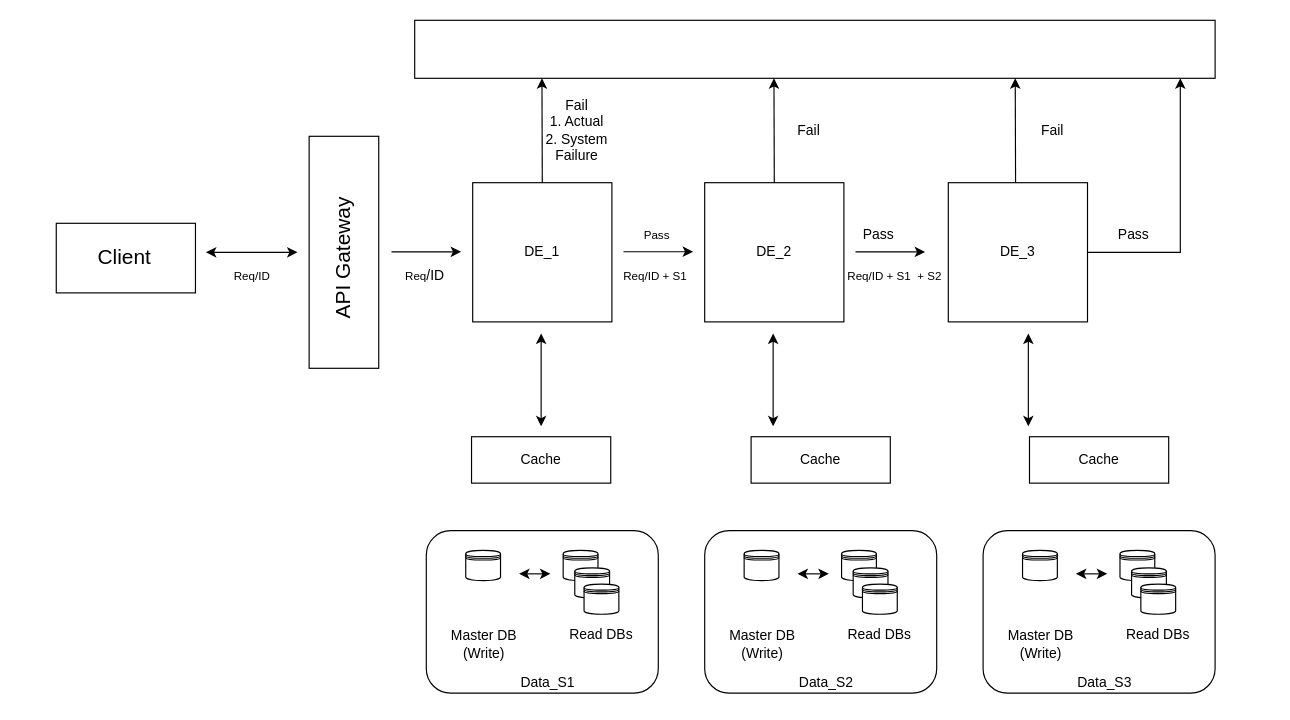
Earlier version of the draw.io diagram StackedDecisionEngine.drawio (ankitverma5859/drawio). Source tidied: cells renumbered, new cells numbered last; positions are measured from the earlier drawing's top-left corner, leaving out a move shared by most shapes. Both pictures are drawn from the tidied source at 116%, with x=0, y=0 at pixel (20, 20).
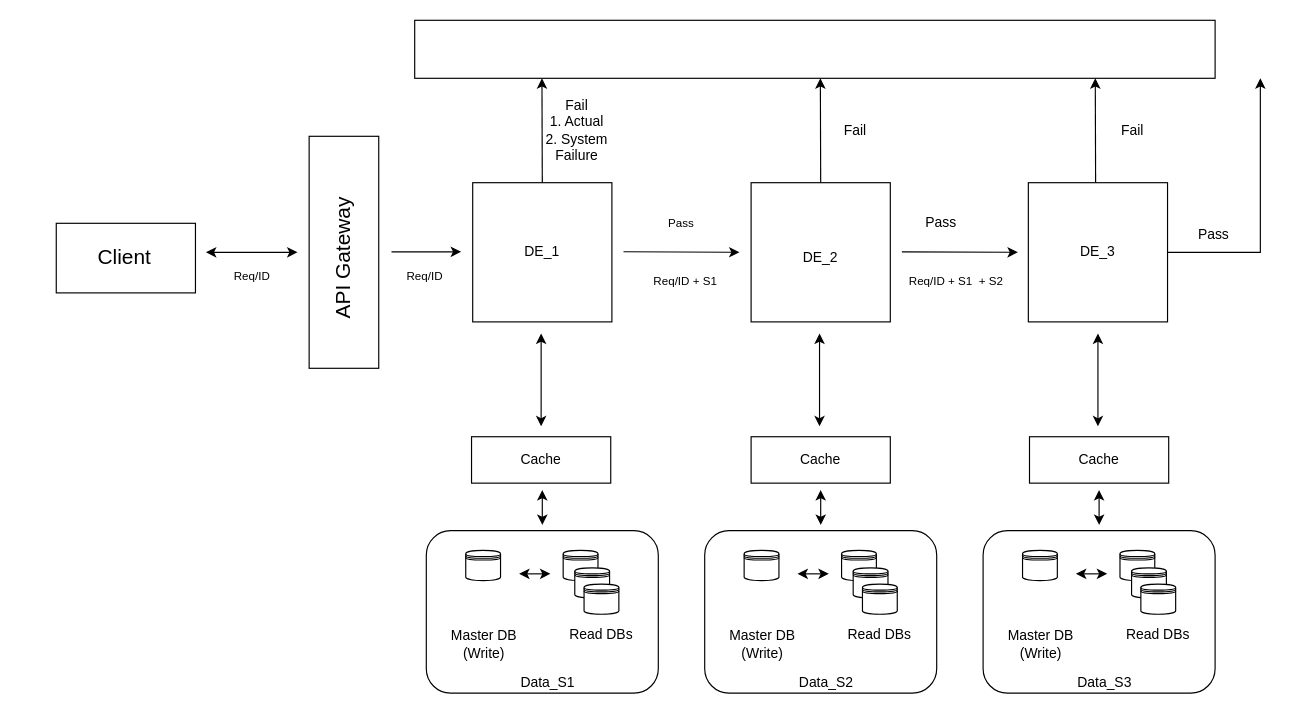
The same page after the edit.

The edit, as a diff of the source:
```diff
@@
     <mxCell id="4" style="whiteSpace=wrap;html=1;" parent="1" vertex="1">
-      <mxGeometry x="590" y="140" width="120" height="120" as="geometry" />
+      <mxGeometry x="630" y="140" width="120" height="120" as="geometry" />
     </mxCell>
     <mxCell id="5" style="whiteSpace=wrap;html=1;" parent="1" vertex="1">
-      <mxGeometry x="800" y="140" width="120" height="120" as="geometry" />
+      <mxGeometry x="869" y="140" width="120" height="120" as="geometry" />
     </mxCell>
@@
     <mxCell id="8" value="DE_2" style="text;html=1;strokeColor=none;fillColor=none;align=center;verticalAlign=middle;whiteSpace=wrap;rounded=0;" parent="1" vertex="1">
-      <mxGeometry x="620" y="185" width="60" height="30" as="geometry" />
+      <mxGeometry x="660" y="190" width="60" height="30" as="geometry" />
     </mxCell>
     <mxCell id="9" value="DE_3" style="text;html=1;strokeColor=none;fillColor=none;align=center;verticalAlign=middle;whiteSpace=wrap;rounded=0;" parent="1" vertex="1">
-      <mxGeometry x="830" y="185" width="60" height="30" as="geometry" />
+      <mxGeometry x="899" y="185" width="60" height="30" as="geometry" />
     </mxCell>
@@
     <mxCell id="11" style="endArrow=classic;html=1;rounded=0;" parent="1" edge="1">
       <mxGeometry relative="1" as="geometry">
         <mxPoint x="520" y="199.5" as="sourcePoint" />
-        <mxPoint x="580" y="199.5" as="targetPoint" />
+        <mxPoint x="620" y="200" as="targetPoint" />
       </mxGeometry>
     </mxCell>
     <mxCell id="12" style="endArrow=classic;html=1;rounded=0;" parent="1" edge="1">
       <mxGeometry relative="1" as="geometry">
-        <mxPoint x="720" y="199.7" as="sourcePoint" />
-        <mxPoint x="780" y="199.7" as="targetPoint" />
+        <mxPoint x="760" y="199.7" as="sourcePoint" />
+        <mxPoint x="860" y="200" as="targetPoint" />
       </mxGeometry>
     </mxCell>
@@
     <mxCell id="14" style="endArrow=classic;html=1;rounded=0;exitX=0.5;exitY=0;exitDx=0;exitDy=0;" parent="1" edge="1">
       <mxGeometry relative="1" as="geometry">
-        <mxPoint x="650" y="140" as="sourcePoint" />
-        <mxPoint x="649.7" y="50" as="targetPoint" />
+        <mxPoint x="690" y="140" as="sourcePoint" />
+        <mxPoint x="689.7" y="50" as="targetPoint" />
       </mxGeometry>
     </mxCell>
     <mxCell id="15" style="endArrow=classic;html=1;rounded=0;exitX=0.5;exitY=0;exitDx=0;exitDy=0;" parent="1" edge="1">
       <mxGeometry relative="1" as="geometry">
-        <mxPoint x="858" y="140" as="sourcePoint" />
-        <mxPoint x="857.7" y="50" as="targetPoint" />
+        <mxPoint x="927" y="140" as="sourcePoint" />
+        <mxPoint x="926.7" y="50" as="targetPoint" />
       </mxGeometry>
     </mxCell>
     <mxCell id="16" value="&lt;font style=&quot;font-size: 10px;&quot;&gt;Pass&lt;/font&gt;" style="text;html=1;strokeColor=none;fillColor=none;align=center;verticalAlign=middle;whiteSpace=wrap;rounded=0;" parent="1" vertex="1">
-      <mxGeometry x="519" y="170" width="60" height="30" as="geometry" />
+      <mxGeometry x="540" y="160" width="60" height="30" as="geometry" />
     </mxCell>
     <mxCell id="17" value="Pass" style="text;html=1;strokeColor=none;fillColor=none;align=center;verticalAlign=middle;whiteSpace=wrap;rounded=0;" parent="1" vertex="1">
-      <mxGeometry x="710" y="170" width="60" height="30" as="geometry" />
+      <mxGeometry x="764" y="160" width="60" height="30" as="geometry" />
     </mxCell>
@@
     <mxCell id="19" value="Fail" style="text;html=1;strokeColor=none;fillColor=none;align=center;verticalAlign=middle;whiteSpace=wrap;rounded=0;" parent="1" vertex="1">
-      <mxGeometry x="650" y="80" width="60" height="30" as="geometry" />
+      <mxGeometry x="690" y="80" width="60" height="30" as="geometry" />
     </mxCell>
     <mxCell id="20" value="Fail" style="text;html=1;strokeColor=none;fillColor=none;align=center;verticalAlign=middle;whiteSpace=wrap;rounded=0;" parent="1" vertex="1">
-      <mxGeometry x="860" y="80" width="60" height="30" as="geometry" />
+      <mxGeometry x="929" y="80" width="60" height="30" as="geometry" />
     </mxCell>
     <mxCell id="21" style="endArrow=classic;html=1;rounded=0;exitX=1;exitY=0.5;exitDx=0;exitDy=0;" parent="1" edge="1" source="5">
       <mxGeometry relative="1" as="geometry">
-        <mxPoint x="1000" y="50" as="targetPoint" />
+        <mxPoint x="1069" y="50" as="targetPoint" />
         <Array as="points">
-          <mxPoint x="1000" y="200" />
+          <mxPoint x="1069" y="200" />
         </Array>
       </mxGeometry>
     </mxCell>
     <mxCell id="22" value="Pass" style="text;html=1;strokeColor=none;fillColor=none;align=center;verticalAlign=middle;whiteSpace=wrap;rounded=0;" parent="1" vertex="1">
-      <mxGeometry x="930" y="170" width="60" height="30" as="geometry" />
+      <mxGeometry x="999" y="170" width="60" height="30" as="geometry" />
     </mxCell>
@@
     <mxCell id="34" style="endArrow=classic;startArrow=classic;html=1;rounded=0;" parent="1" edge="1">
       <mxGeometry relative="1" as="geometry">
-        <mxPoint x="649" y="350" as="sourcePoint" />
-        <mxPoint x="649" y="270" as="targetPoint" />
+        <mxPoint x="689" y="350" as="sourcePoint" />
+        <mxPoint x="689" y="270" as="targetPoint" />
       </mxGeometry>
     </mxCell>
     <mxCell id="35" style="endArrow=classic;startArrow=classic;html=1;rounded=0;" parent="1" edge="1">
       <mxGeometry relative="1" as="geometry">
-        <mxPoint x="869" y="350" as="sourcePoint" />
-        <mxPoint x="869" y="270" as="targetPoint" />
+        <mxPoint x="929" y="350" as="sourcePoint" />
+        <mxPoint x="929" y="270" as="targetPoint" />
       </mxGeometry>
     </mxCell>
     <mxCell id="36" value="&lt;font style=&quot;font-size: 10px;&quot;&gt;Req/ID + S1&amp;nbsp;&lt;/font&gt;" style="text;html=1;strokeColor=none;fillColor=none;align=center;verticalAlign=middle;whiteSpace=wrap;rounded=0;" parent="1" vertex="1">
-      <mxGeometry x="514" y="205" width="70" height="30" as="geometry" />
+      <mxGeometry x="540" y="210" width="70" height="30" as="geometry" />
     </mxCell>
-    <mxCell id="37" value="&lt;font style=&quot;font-size: 10px;&quot;&gt;Req&lt;/font&gt;/ID" style="text;html=1;strokeColor=none;fillColor=none;align=center;verticalAlign=middle;whiteSpace=wrap;rounded=0;" parent="1" vertex="1">
+    <mxCell id="37" value="&lt;font style=&quot;font-size: 10px;&quot;&gt;&lt;font style=&quot;&quot;&gt;Req&lt;/font&gt;/ID&lt;/font&gt;" style="text;html=1;strokeColor=none;fillColor=none;align=center;verticalAlign=middle;whiteSpace=wrap;rounded=0;" parent="1" vertex="1">
       <mxGeometry x="319" y="205" width="60" height="30" as="geometry" />
     </mxCell>
     <mxCell id="38" value="&lt;font style=&quot;font-size: 10px;&quot;&gt;Req/ID + S1&amp;nbsp; + S2&lt;/font&gt;" style="text;html=1;strokeColor=none;fillColor=none;align=center;verticalAlign=middle;whiteSpace=wrap;rounded=0;" parent="1" vertex="1">
-      <mxGeometry x="708" y="205" width="92" height="30" as="geometry" />
+      <mxGeometry x="761" y="210" width="92" height="30" as="geometry" />
     </mxCell>
@@
+    <mxCell id="69" style="endArrow=classic;startArrow=classic;html=1;rounded=0;" parent="1" edge="1">
+      <mxGeometry relative="1" as="geometry">
+        <mxPoint x="450" y="435" as="sourcePoint" />
+        <mxPoint x="450" y="405" as="targetPoint" />
+      </mxGeometry>
+    </mxCell>
+    <mxCell id="70" style="endArrow=classic;startArrow=classic;html=1;rounded=0;" parent="1" edge="1">
+      <mxGeometry relative="1" as="geometry">
+        <mxPoint x="690" y="435" as="sourcePoint" />
+        <mxPoint x="690" y="405" as="targetPoint" />
+      </mxGeometry>
+    </mxCell>
+    <mxCell id="71" style="endArrow=classic;startArrow=classic;html=1;rounded=0;" parent="1" edge="1">
+      <mxGeometry relative="1" as="geometry">
+        <mxPoint x="930" y="435" as="sourcePoint" />
+        <mxPoint x="930" y="405" as="targetPoint" />
+      </mxGeometry>
+    </mxCell>
```
